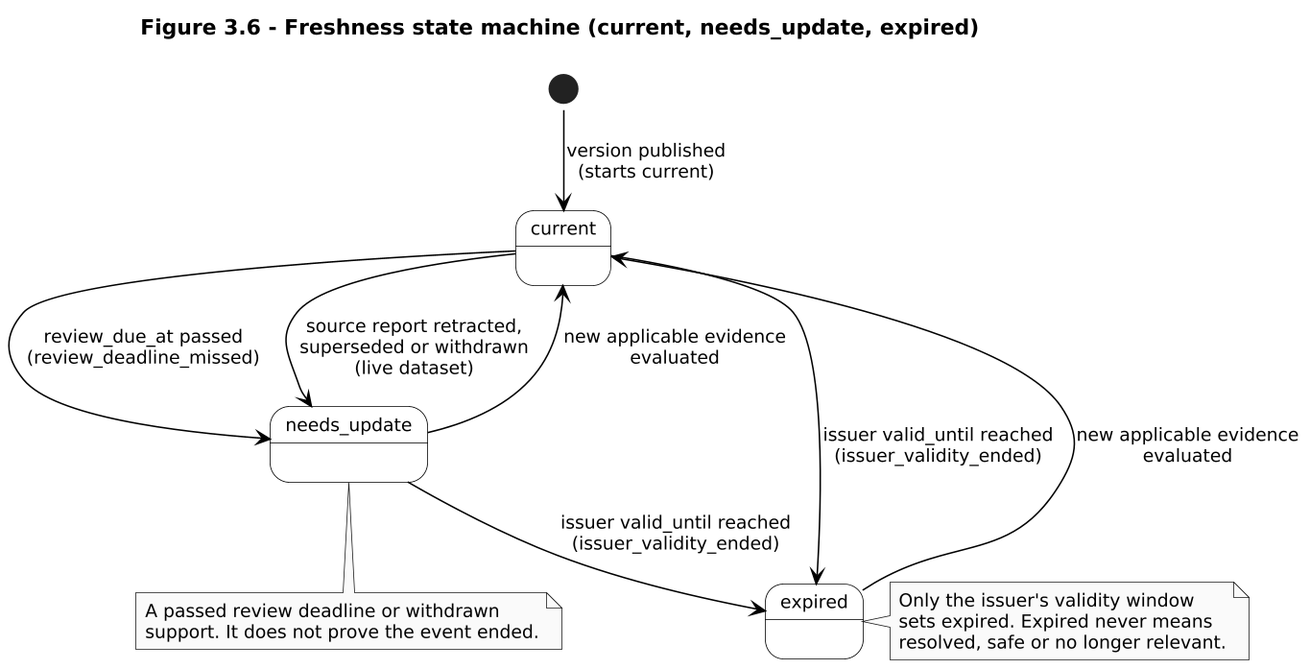
Above: docs/report/diagrams/rendered/fig-3-6-freshness-state-machine.png in Asassinoooo/Waspada-Jakarta (PlantUML), before the change. Its diagram source:
```plantuml
@startuml fig-3-6-freshness-state-machine
!pragma layout smetana
skinparam dpi 150
skinparam monochrome true
skinparam shadowing false
skinparam defaultFontName Arial
skinparam defaultFontSize 12
skinparam state {
  BackgroundColor white
  BorderColor black
  ArrowColor black
}

title Figure 3.6 - Freshness state machine (current, needs_update, expired)

state "current" as current
state "needs_update" as needs_update
state "expired" as expired

[*] --> current : version published\n(starts current)

current --> needs_update : review_due_at passed\n(review_deadline_missed)
current --> needs_update : source report retracted,\nsuperseded or withdrawn\n(live dataset)
current --> expired : issuer valid_until reached\n(issuer_validity_ended)
needs_update --> expired : issuer valid_until reached\n(issuer_validity_ended)
needs_update --> current : new applicable evidence\nevaluated
expired --> current : new applicable evidence\nevaluated

note right of expired
  Only the issuer's validity window
  sets expired. Expired never means
  resolved, safe or no longer relevant.
end note

note bottom of needs_update
  A passed review deadline or withdrawn
  support. It does not prove the event ended.
end note

@enduml
```
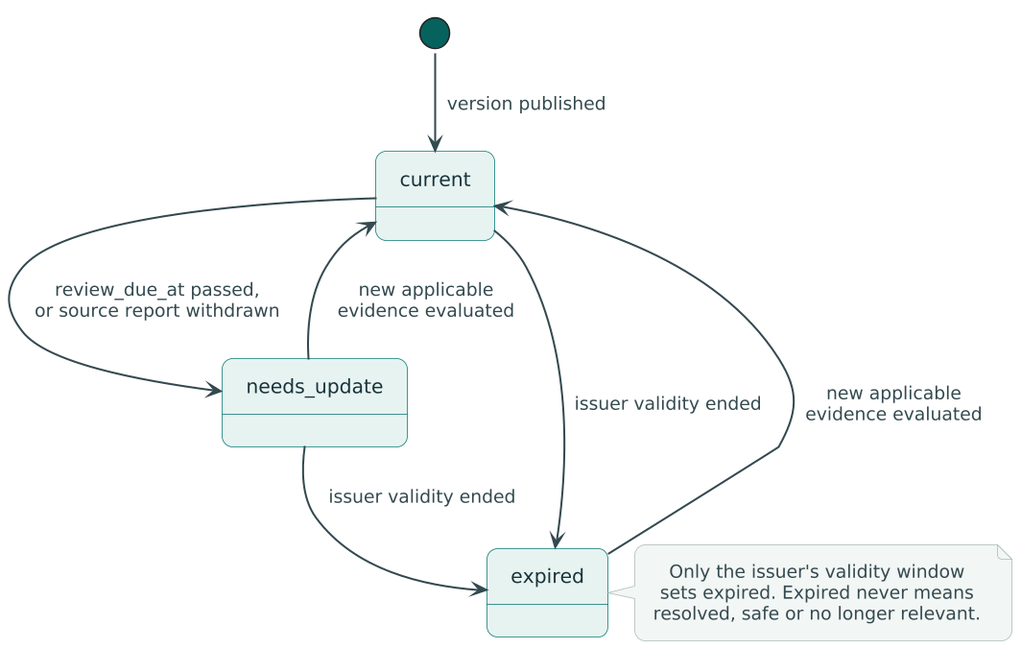
The same file after the commit.

What changed in the source:
```diff
@@ -1,40 +1,17 @@
 @startuml fig-3-6-freshness-state-machine
-!pragma layout smetana
-skinparam dpi 150
-skinparam monochrome true
-skinparam shadowing false
-skinparam defaultFontName Arial
-skinparam defaultFontSize 12
-skinparam state {
-  BackgroundColor white
-  BorderColor black
-  ArrowColor black
-}
+!include theme/waspada-report.theme.puml
+top to bottom direction
 
-title Figure 3.6 - Freshness state machine (current, needs_update, expired)
-
-state "current" as current
-state "needs_update" as needs_update
-state "expired" as expired
-
-[*] --> current : version published\n(starts current)
-
-current --> needs_update : review_due_at passed\n(review_deadline_missed)
-current --> needs_update : source report retracted,\nsuperseded or withdrawn\n(live dataset)
-current --> expired : issuer valid_until reached\n(issuer_validity_ended)
-needs_update --> expired : issuer valid_until reached\n(issuer_validity_ended)
-needs_update --> current : new applicable evidence\nevaluated
-expired --> current : new applicable evidence\nevaluated
+[*] --> current : version published
+current --> needs_update : review_due_at passed,\nor source report withdrawn
+needs_update --> current : new applicable\nevidence evaluated
+current --> expired : issuer validity ended
+needs_update --> expired : issuer validity ended
+expired --> current : new applicable\nevidence evaluated
 
 note right of expired
   Only the issuer's validity window
   sets expired. Expired never means
   resolved, safe or no longer relevant.
 end note
-
-note bottom of needs_update
-  A passed review deadline or withdrawn
-  support. It does not prove the event ended.
-end note
-
 @enduml
```
